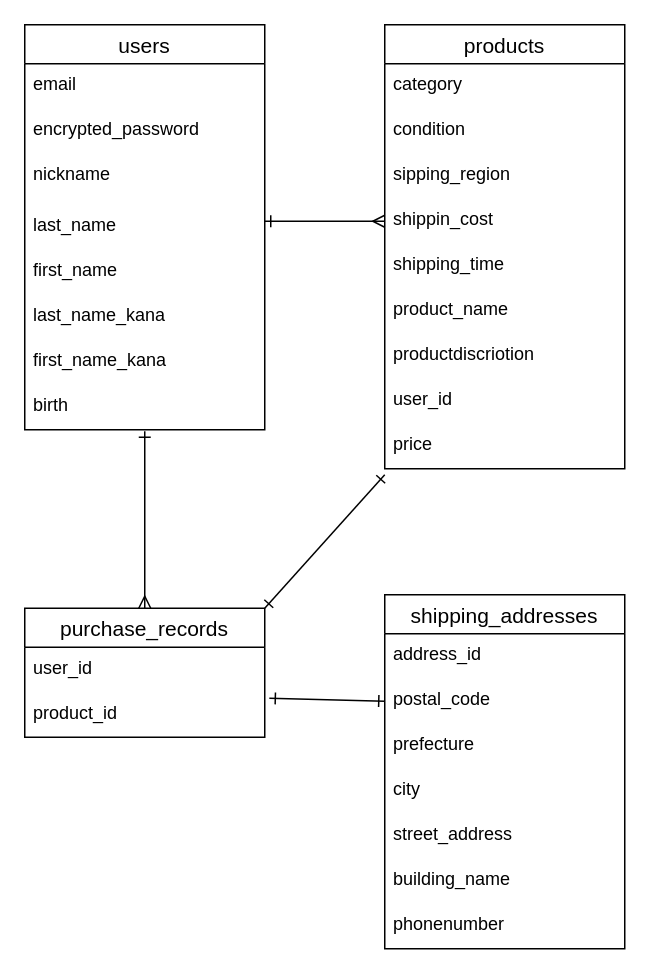
u-maki/furima-41584 keeps this draw.io diagram as furima.dio. Above is the earlier version. Source tidied: cells renumbered, new cells numbered last; positions are measured from the earlier drawing's top-left corner, leaving out a move shared by most shapes. Both pictures are drawn from the tidied source at 150%, with x=0, y=0 at pixel (24, 24).
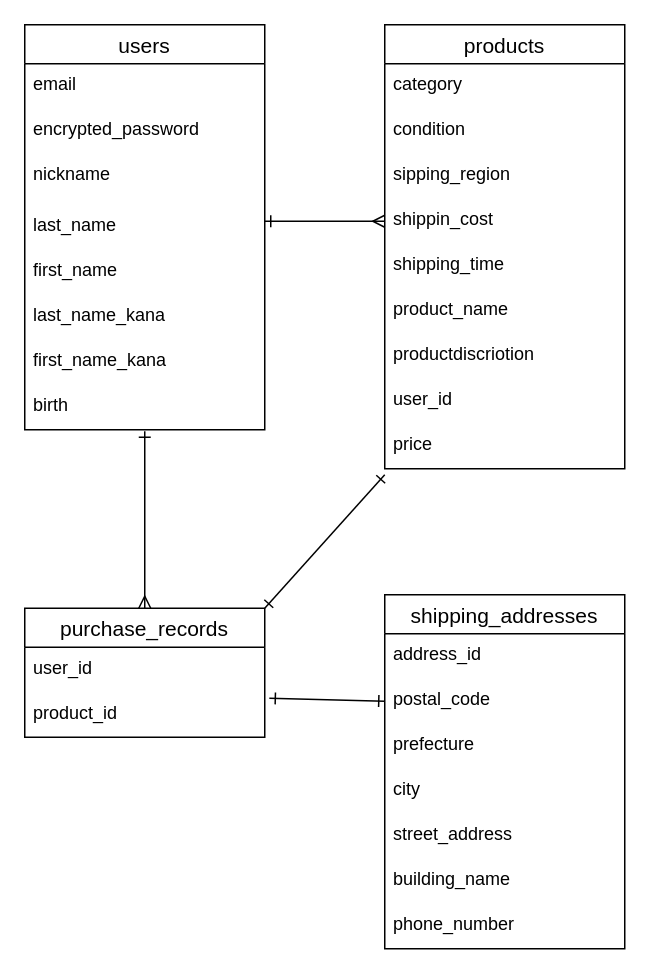
Above is the later version.

The change refers to these unchanged cells:
```xml
<mxCell id="26" value="shipping_addresses" style="swimlane;fontStyle=0;horizontal=1;startSize=26;align=center;fontSize=14;" parent="1" vertex="1">
  <mxGeometry x="240" y="380" width="160" height="236" as="geometry" />
</mxCell>
```

Diff of the diagram source:
```diff
@@
-    <mxCell id="33" value="phonenumber" style="text;strokeColor=none;fillColor=none;spacingLeft=4;spacingRight=4;overflow=hidden;fontSize=12;" parent="26" vertex="1">
+    <mxCell id="33" value="phone_number" style="text;strokeColor=none;fillColor=none;spacingLeft=4;spacingRight=4;overflow=hidden;fontSize=12;" parent="26" vertex="1">
       <mxGeometry y="206" width="160" height="30" as="geometry" />
     </mxCell>
```
